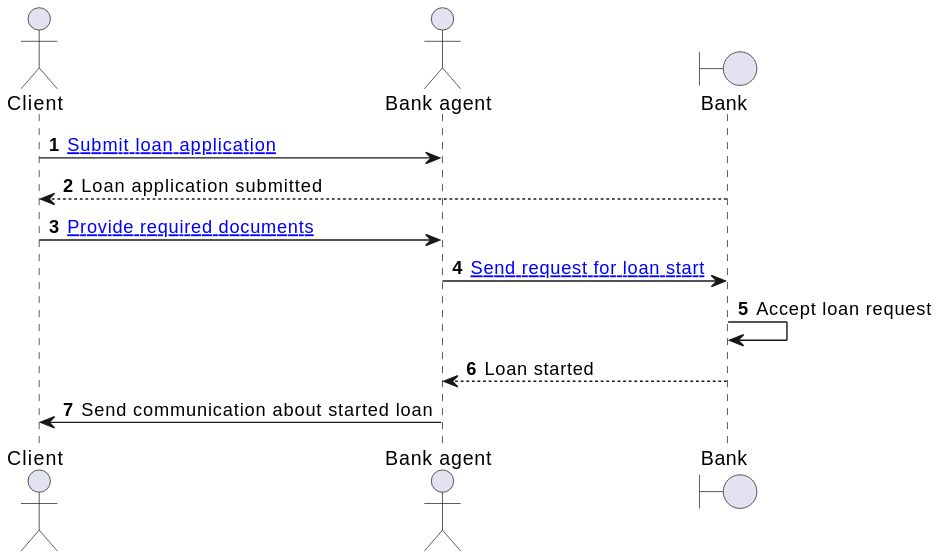
PawelJaworski/ddd-loan-application keeps this PlantUML diagram as model/sequence_diagram.svg. Above is the earlier version.
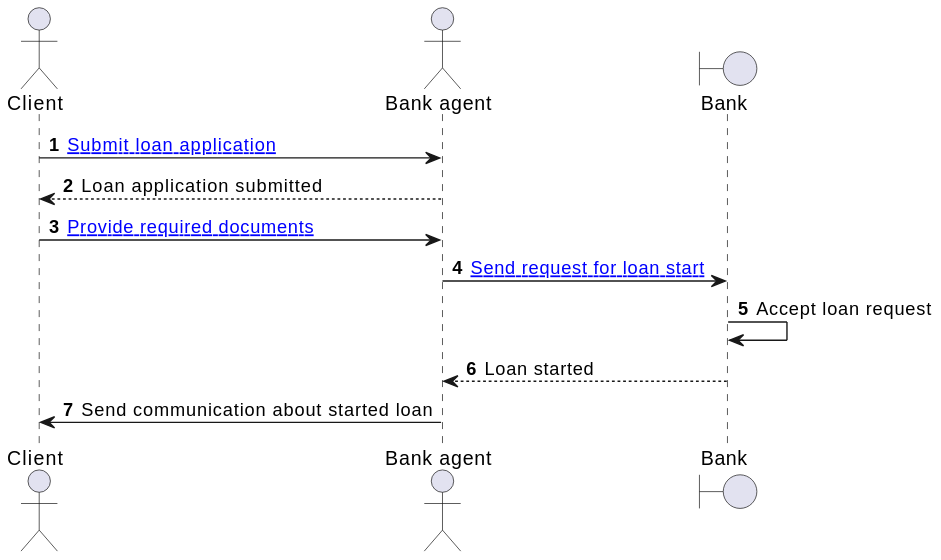
The same file after the commit.

Diff of the diagram source:
```diff
@@ -4,7 +4,7 @@
 actor       "Bank agent" as bankAgent
 boundary    "Bank" as bankAnalyst
 client -> bankAgent : [[https://github.com/PawelJaworski/ddd-loan-application/blob/main/src/main/java/pl/javorek/ddd/service/applicationforloan/application/command/ApplicationForALoanCmdFacade.java Submit loan application]]
-bankAnalyst --> client : Loan application submitted
+bankAgent --> client : Loan application submitted
 client -> bankAgent : [[https://github.com/PawelJaworski/ddd-loan-application/blob/main/src/main/java/pl/javorek/ddd/service/applicationforloan/application/command/ApplicationForALoanCmdFacade.java Provide required documents]]
 bankAgent -> bankAnalyst : [[https://github.com/PawelJaworski/ddd-loan-application/blob/main/src/main/java/pl/javorek/ddd/service/applicationforloan/application/command/ApplicationForALoanCmdFacade.java Send request for loan start]]
 bankAnalyst -> bankAnalyst : Accept loan request
```
